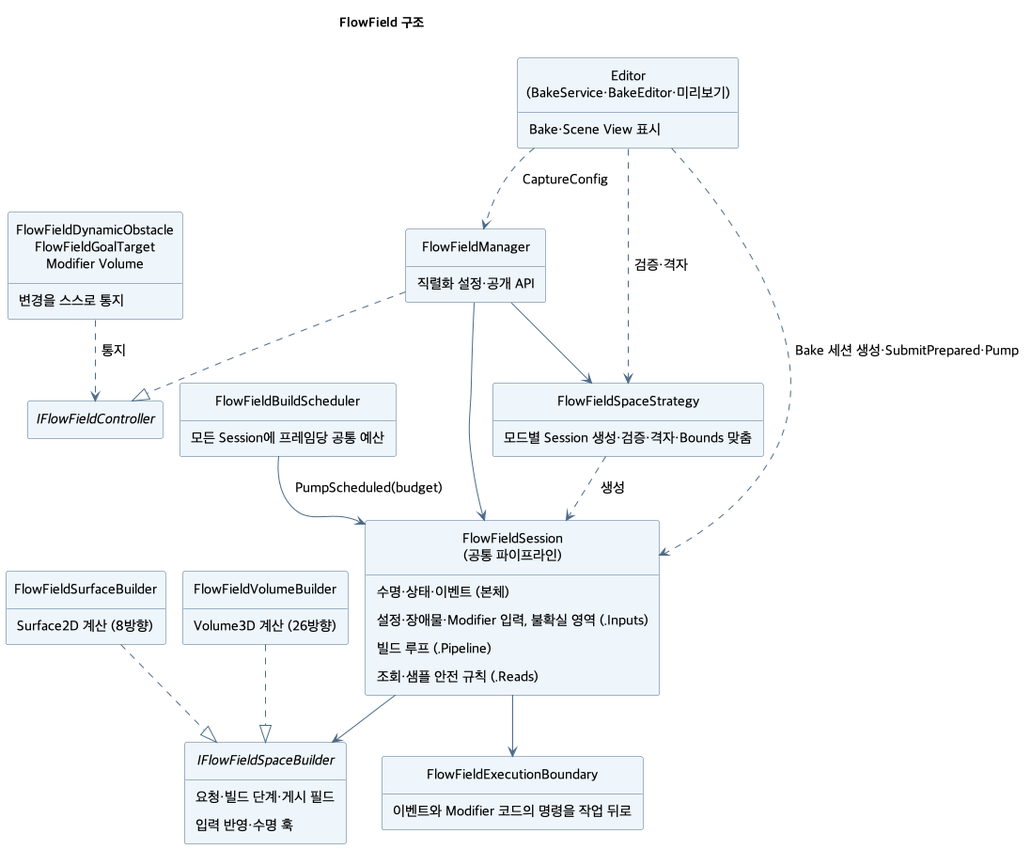
Before: ToyProject/Assets/_FlowField/Docs/Images/flowfield-structure.png, a diagram exported from PlantUML (youwonsock/tool-unity-editor).
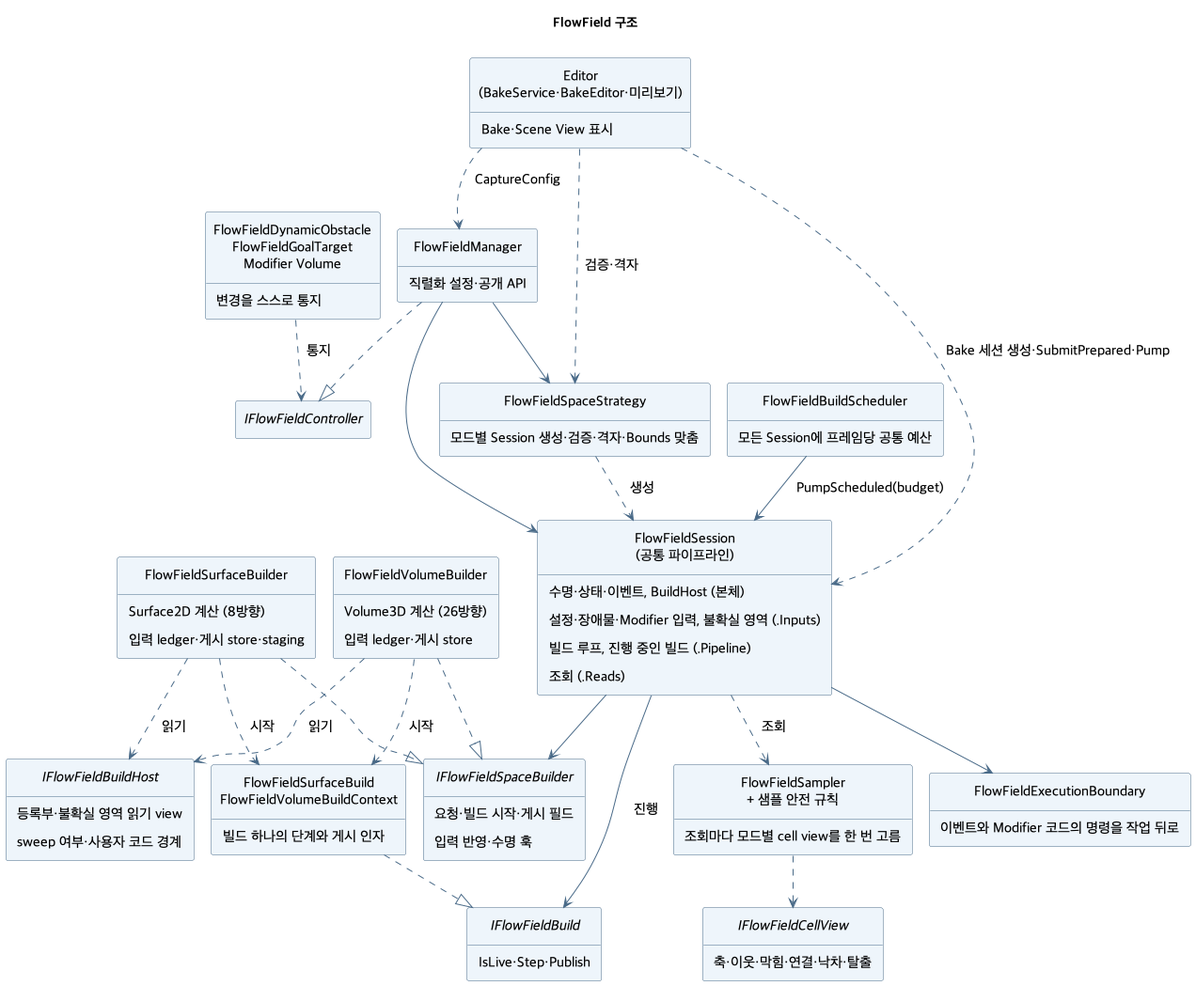
After the change.

Commit message:
문서: 빌드 host, 빌드 객체, ledger와 store, cell view

The edit, as a diff of the source:
```diff
@@ -22,20 +22,38 @@
   모드별 Session 생성·검증·격자·Bounds 맞춤
 }
 class "FlowFieldSession\n(공통 파이프라인)" as Session {
-  {field} 수명·상태·이벤트 (본체)
+  {field} 수명·상태·이벤트, BuildHost (본체)
   {field} 설정·장애물·Modifier 입력, 불확실 영역 (.Inputs)
-  {field} 빌드 루프 (.Pipeline)
-  {field} 조회·샘플 안전 규칙 (.Reads)
+  {field} 빌드 루프, 진행 중인 빌드 (.Pipeline)
+  {field} 조회 (.Reads)
+}
+interface IFlowFieldBuildHost {
+  {field} 등록부·불확실 영역 읽기 view
+  {field} sweep 여부·사용자 코드 경계
 }
 interface IFlowFieldSpaceBuilder {
-  요청·빌드 단계·게시 필드
+  요청·빌드 시작·게시 필드
   입력 반영·수명 훅
 }
+interface IFlowFieldBuild {
+  IsLive·Step·Publish
+}
 class FlowFieldSurfaceBuilder {
-  Surface2D 계산 (8방향)
+  {field} Surface2D 계산 (8방향)
+  {field} 입력 ledger·게시 store·staging
 }
 class FlowFieldVolumeBuilder {
-  Volume3D 계산 (26방향)
+  {field} Volume3D 계산 (26방향)
+  {field} 입력 ledger·게시 store
+}
+class "FlowFieldSurfaceBuild\nFlowFieldVolumeBuildContext" as Builds {
+  빌드 하나의 단계와 게시 인자
+}
+class "FlowFieldSampler\n+ 샘플 안전 규칙" as Sampler {
+  조회마다 모드별 cell view를 한 번 고름
+}
+interface IFlowFieldCellView {
+  {field} 축·이웃·막힘·연결·낙차·탈출
 }
 class FlowFieldBuildScheduler {
   모든 Session에 프레임당 공통 예산
@@ -53,8 +71,16 @@
 FlowFieldSpaceStrategy ..> Session : 생성
 FlowFieldManager --> Session
 Session --> IFlowFieldSpaceBuilder
+Session --> IFlowFieldBuild : 진행
+Session ..> Sampler : 조회
+Sampler ..> IFlowFieldCellView
 FlowFieldSurfaceBuilder ..|> IFlowFieldSpaceBuilder
 FlowFieldVolumeBuilder ..|> IFlowFieldSpaceBuilder
+FlowFieldSurfaceBuilder ..> IFlowFieldBuildHost : 읽기
+FlowFieldVolumeBuilder ..> IFlowFieldBuildHost : 읽기
+FlowFieldSurfaceBuilder ..> Builds : 시작
+FlowFieldVolumeBuilder ..> Builds : 시작
+Builds ..|> IFlowFieldBuild
 FlowFieldBuildScheduler --> Session : PumpScheduled(budget)
 Session --> FlowFieldExecutionBoundary
 Editor ..> FlowFieldManager : CaptureConfig
```
